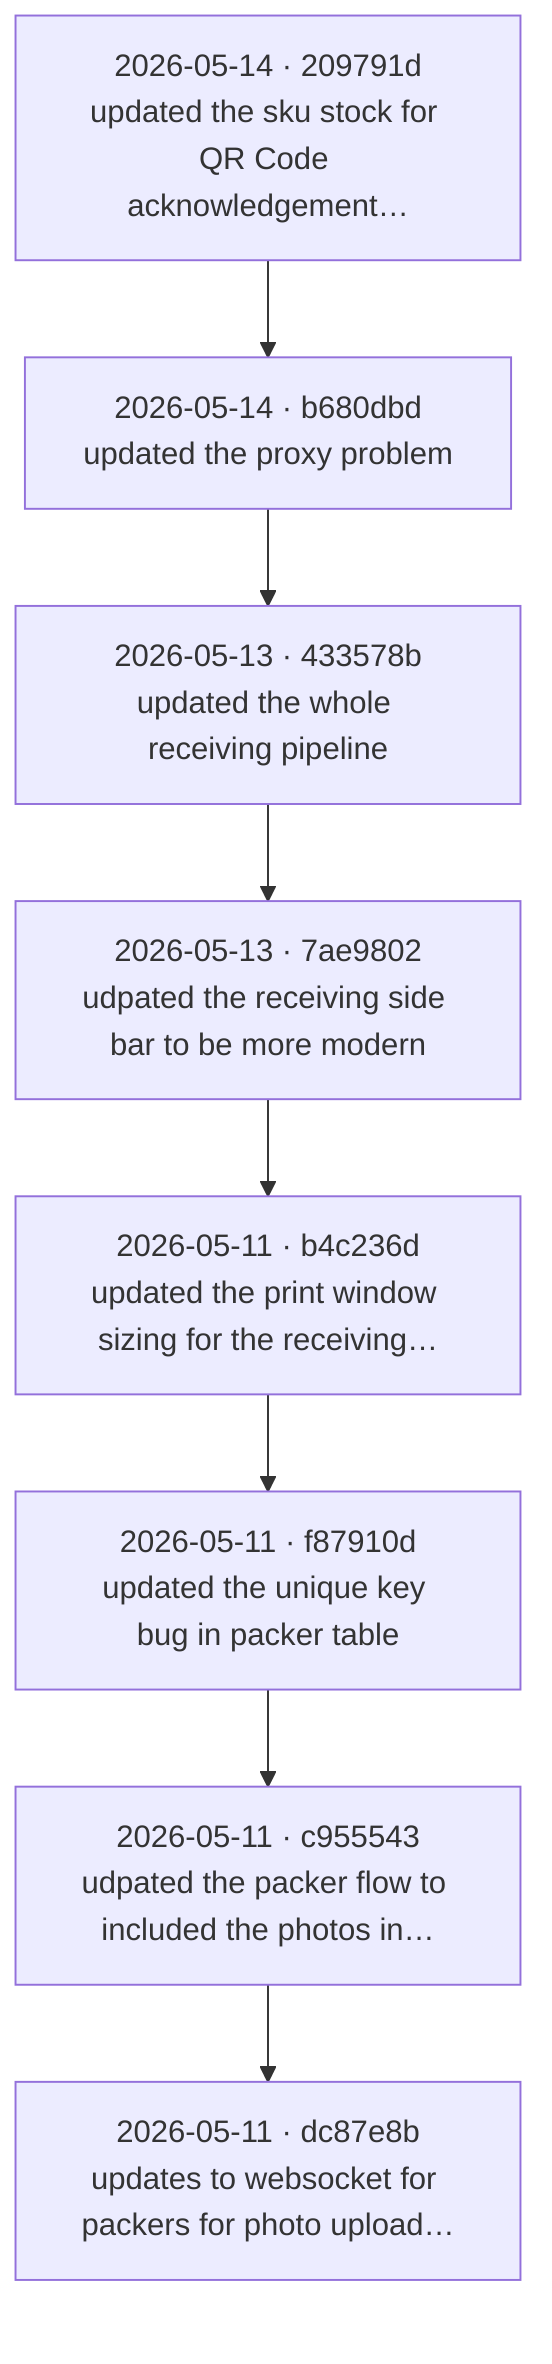
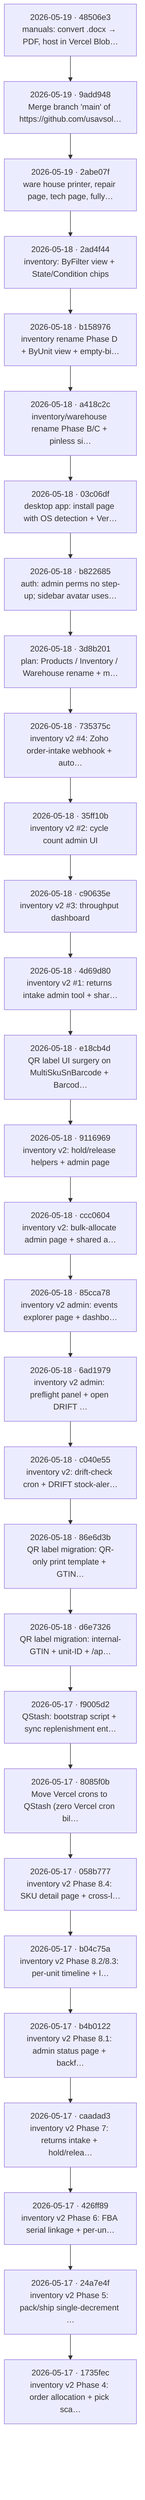
flowchart TB
-   c0["2026-05-14 · 209791d<br/>updated the sku stock for QR Code acknowledgement…"]
-   c1["2026-05-14 · b680dbd<br/>updated the proxy problem"]
+   c0["2026-05-19 · 48506e3<br/>manuals: convert .docx → PDF, host in Vercel Blob…"]
+   c1["2026-05-19 · 9add948<br/>Merge branch 'main' of https://github.com/usavsol…"]
  c0 --> c1
-   c2["2026-05-13 · 433578b<br/>updated the whole receiving pipeline"]
+   c2["2026-05-19 · 2abe07f<br/>ware house printer, repair page, tech page, fully…"]
  c1 --> c2
-   c3["2026-05-13 · 7ae9802<br/>udpated the receiving side bar to be more modern"]
+   c3["2026-05-18 · 2ad4f44<br/>inventory: ByFilter view + State/Condition chips"]
  c2 --> c3
-   c4["2026-05-11 · b4c236d<br/>updated the print window sizing for the receiving…"]
+   c4["2026-05-18 · b158976<br/>inventory rename Phase D + ByUnit view + empty-bi…"]
  c3 --> c4
-   c5["2026-05-11 · f87910d<br/>updated the unique key bug in packer table"]
+   c5["2026-05-18 · a418c2c<br/>inventory/warehouse rename Phase B/C + pinless si…"]
  c4 --> c5
-   c6["2026-05-11 · c955543<br/>udpated the packer flow to included the photos in…"]
+   c6["2026-05-18 · 03c06df<br/>desktop app: install page with OS detection + Ver…"]
  c5 --> c6
-   c7["2026-05-11 · dc87e8b<br/>updates to websocket for packers for photo upload…"]
-   c6 --> c7+   c7["2026-05-18 · b822685<br/>auth: admin perms no step-up; sidebar avatar uses…"]
+   c6 --> c7
+   c8["2026-05-18 · 3d8b201<br/>plan: Products / Inventory / Warehouse rename + m…"]
+   c7 --> c8
+   c9["2026-05-18 · 735375c<br/>inventory v2 #4: Zoho order-intake webhook + auto…"]
+   c8 --> c9
+   c10["2026-05-18 · 35ff10b<br/>inventory v2 #2: cycle count admin UI"]
+   c9 --> c10
+   c11["2026-05-18 · c90635e<br/>inventory v2 #3: throughput dashboard"]
+   c10 --> c11
+   c12["2026-05-18 · 4d69d80<br/>inventory v2 #1: returns intake admin tool + shar…"]
+   c11 --> c12
+   c13["2026-05-18 · e18cb4d<br/>QR label UI surgery on MultiSkuSnBarcode + Barcod…"]
+   c12 --> c13
+   c14["2026-05-18 · 9116969<br/>inventory v2: hold/release helpers + admin page"]
+   c13 --> c14
+   c15["2026-05-18 · ccc0604<br/>inventory v2: bulk-allocate admin page + shared a…"]
+   c14 --> c15
+   c16["2026-05-18 · 85cca78<br/>inventory v2 admin: events explorer page + dashbo…"]
+   c15 --> c16
+   c17["2026-05-18 · 6ad1979<br/>inventory v2 admin: preflight panel + open DRIFT …"]
+   c16 --> c17
+   c18["2026-05-18 · c040e55<br/>inventory v2: drift-check cron + DRIFT stock-aler…"]
+   c17 --> c18
+   c19["2026-05-18 · 86e6d3b<br/>QR label migration: QR-only print template + GTIN…"]
+   c18 --> c19
+   c20["2026-05-18 · d6e7326<br/>QR label migration: internal-GTIN + unit-ID + /ap…"]
+   c19 --> c20
+   c21["2026-05-17 · f9005d2<br/>QStash: bootstrap script + sync replenishment ent…"]
+   c20 --> c21
+   c22["2026-05-17 · 8085f0b<br/>Move Vercel crons to QStash (zero Vercel cron bil…"]
+   c21 --> c22
+   c23["2026-05-17 · 058b777<br/>inventory v2 Phase 8.4: SKU detail page + cross-l…"]
+   c22 --> c23
+   c24["2026-05-17 · b04c75a<br/>inventory v2 Phase 8.2/8.3: per-unit timeline + l…"]
+   c23 --> c24
+   c25["2026-05-17 · b4b0122<br/>inventory v2 Phase 8.1: admin status page + backf…"]
+   c24 --> c25
+   c26["2026-05-17 · caadad3<br/>inventory v2 Phase 7: returns intake + hold/relea…"]
+   c25 --> c26
+   c27["2026-05-17 · 426ff89<br/>inventory v2 Phase 6: FBA serial linkage + per-un…"]
+   c26 --> c27
+   c28["2026-05-17 · 24a7e4f<br/>inventory v2 Phase 5: pack/ship single-decrement …"]
+   c27 --> c28
+   c29["2026-05-17 · 1735fec<br/>inventory v2 Phase 4: order allocation + pick sca…"]
+   c28 --> c29